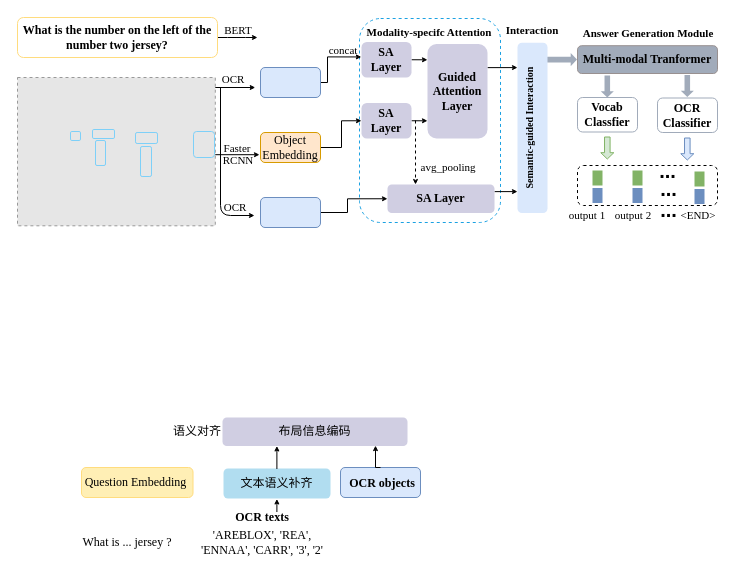
Earlier version of the draw.io diagram 第二个工作大致框图.drawio (B-matchlsr/awesome-python-cn). Source tidied: cells renumbered, new cells numbered last; positions are measured from the earlier drawing's top-left corner, leaving out a move shared by most shapes. Both pictures are drawn from the tidied source at 100%, with x=0, y=0 at pixel (17, 17). Pictures stored in the file or linked from it are replaced by grey dashed boxes.
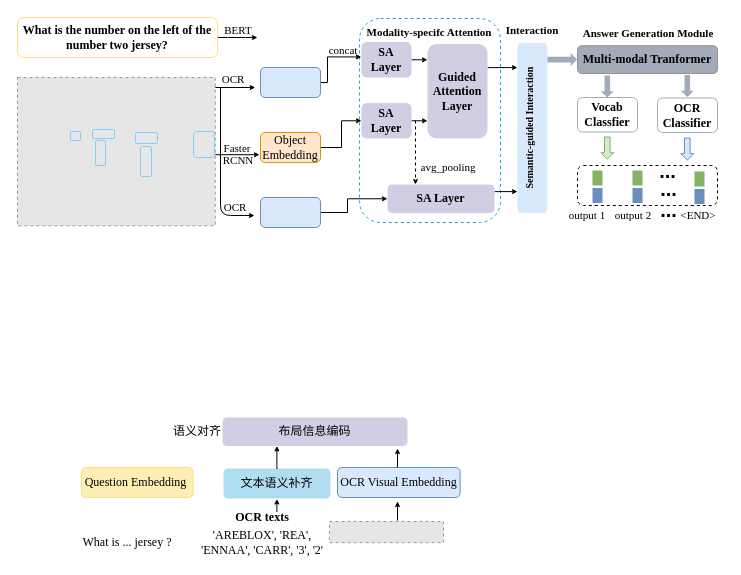
After the change.

Commit message (it also covers changes not shown here):
更新第二个工作大致框图.drawio

Unchanged cells that the change refers to:
```xml
<mxCell id="77" value="&lt;font face=&quot;Times New Roman&quot;&gt;布局信息编码&lt;/font&gt;" style="rounded=1;whiteSpace=wrap;html=1;strokeColor=none;fontFamily=Helvetica;fontSize=12;fillColor=#d0cee2;align=center;" parent="1" vertex="1">
  <mxGeometry x="205" y="400" width="185" height="28.5" as="geometry" />
</mxCell>
```

Diff of the diagram source:
```diff
@@
     <mxCell id="81" style="group;" parent="1" vertex="1">
-      <mxGeometry x="323" y="450" width="80" height="30" as="geometry" />
+      <mxGeometry x="320" y="450" width="132" height="30" as="geometry" />
     </mxCell>
     <mxCell id="82" style="rounded=1;whiteSpace=wrap;html=1;fillColor=#dae8fc;strokeColor=#6c8ebf;fillStyle=auto;" parent="81" vertex="1">
-      <mxGeometry width="80" height="30" as="geometry" />
+      <mxGeometry width="122.6" height="30" as="geometry" />
     </mxCell>
-    <mxCell id="83" value="&lt;font style=&quot;&quot; face=&quot;Times New Roman&quot;&gt;OCR objects&lt;/font&gt;" style="text;html=1;strokeColor=none;fillColor=none;align=center;verticalAlign=middle;whiteSpace=wrap;rounded=1;fontStyle=1;" parent="81" vertex="1">
-      <mxGeometry x="4" y="6" width="76" height="20" as="geometry" />
+    <mxCell id="83" value="&lt;font style=&quot;font-weight: normal;&quot; face=&quot;Times New Roman&quot;&gt;OCR Visual Embedding&lt;/font&gt;" style="text;html=1;strokeColor=none;fillColor=none;align=center;verticalAlign=middle;whiteSpace=wrap;rounded=1;fontStyle=1;" parent="81" vertex="1">
+      <mxGeometry x="-9.4" y="5" width="141.4" height="20" as="geometry" />
     </mxCell>
-    <mxCell id="84" style="edgeStyle=orthogonalEdgeStyle;rounded=0;jettySize=auto;html=1;exitX=0.5;exitY=0;exitDx=0;exitDy=0;entryX=0.827;entryY=0.985;entryDx=0;entryDy=0;entryPerimeter=0;endSize=3;" parent="1" edge="1" source="82" target="77">
-      <mxGeometry relative="1" as="geometry" />
-    </mxCell>
+    <mxCell id="85" style="fillColor=#E6E6E6;strokeColor=#999999;dashed=1;verticalLabelPosition=bottom;verticalAlign=top;" parent="1" vertex="1">
+      <mxGeometry x="312" y="504" width="114" height="21.2" as="geometry" />
+    </mxCell>
+    <mxCell id="86" style="endArrow=classic;html=1;rounded=0;endSize=3;" parent="1" edge="1">
+      <mxGeometry relative="1" as="geometry">
+        <mxPoint x="380" y="503" as="sourcePoint" />
+        <mxPoint x="380" y="484" as="targetPoint" />
+      </mxGeometry>
+    </mxCell>
+    <mxCell id="87" style="endArrow=classic;html=1;rounded=0;endSize=3;" parent="1" edge="1">
+      <mxGeometry relative="1" as="geometry">
+        <mxPoint x="380" y="450" as="sourcePoint" />
+        <mxPoint x="380" y="431" as="targetPoint" />
+      </mxGeometry>
+    </mxCell>
```
